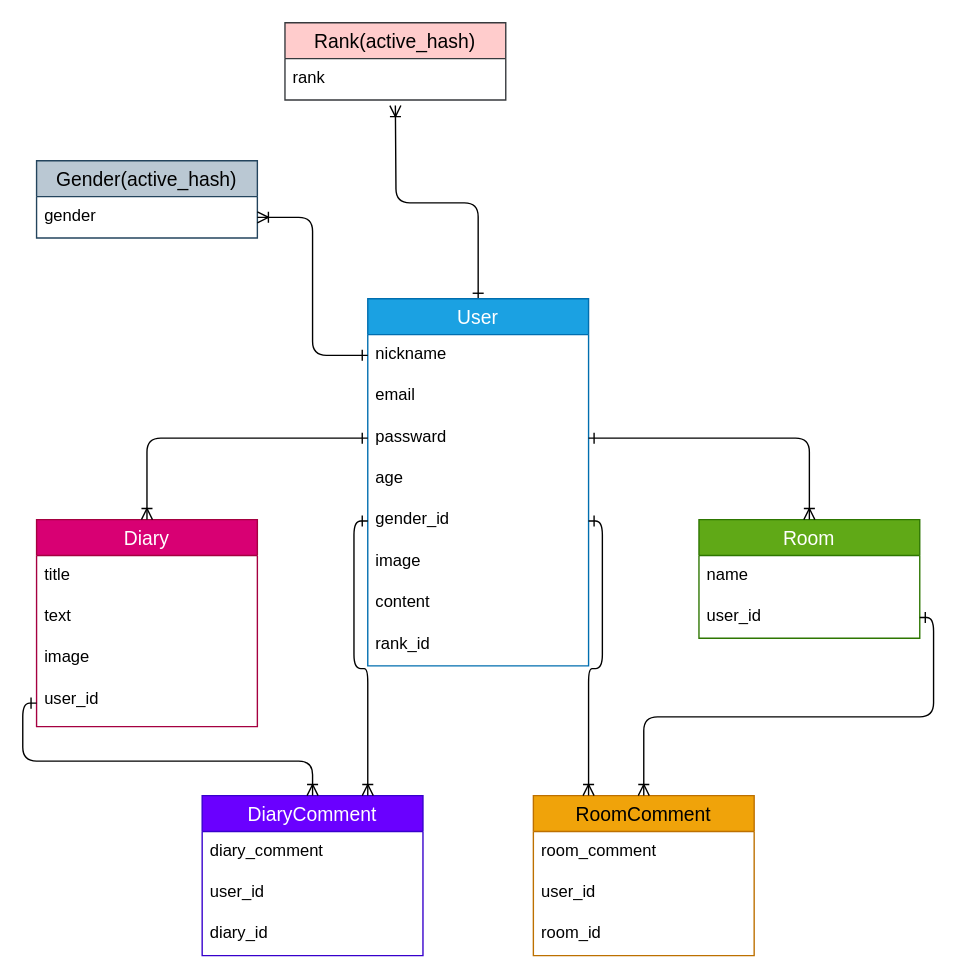
The draw.io diagram ER図.dio in kawamoto06/apex-home, before the edit. Source tidied: cells renumbered, new cells numbered last; positions are measured from the earlier drawing's top-left corner, leaving out a move shared by most shapes. Both pictures are drawn from the tidied source at 138%, with x=0, y=0 at pixel (36, 22).
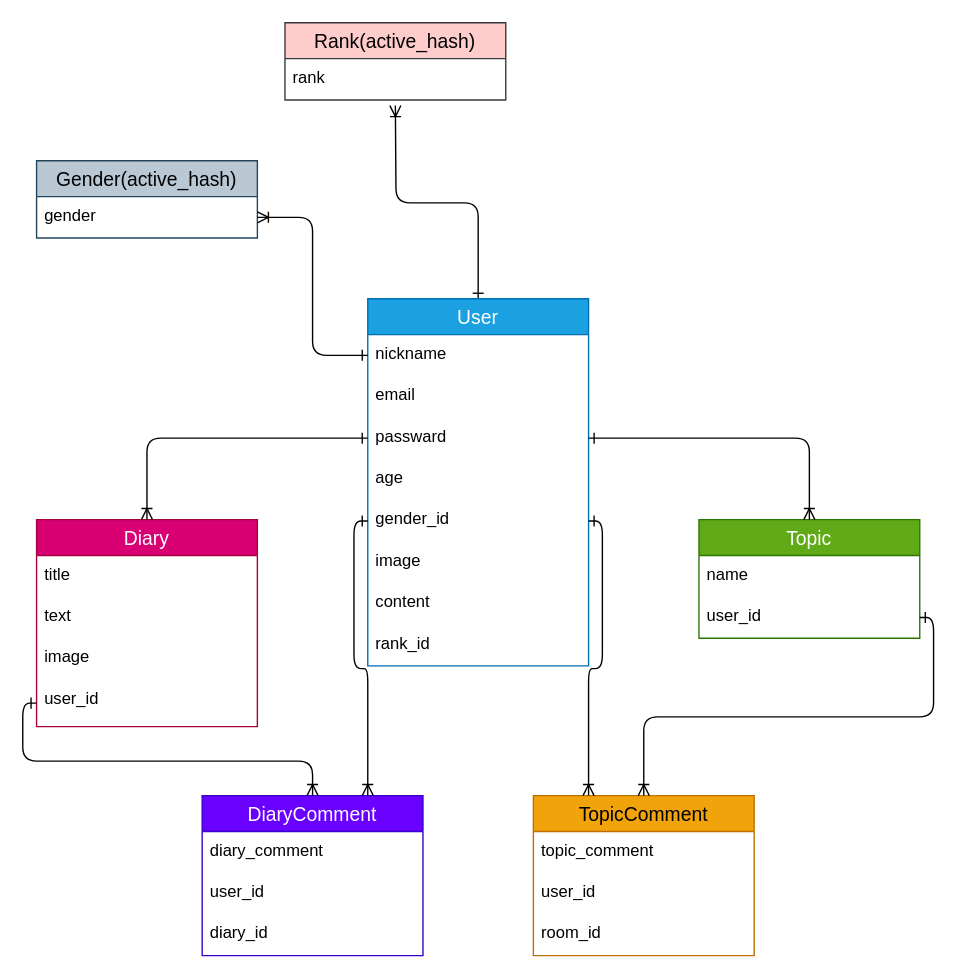
The same diagram, later.

What changed in the source:
```diff
@@
-    <mxCell id="17" value="Room" style="swimlane;fontStyle=0;horizontal=1;startSize=26;align=center;fontSize=14;fillColor=#60a917;fontColor=#ffffff;strokeColor=#2D7600;" parent="1" vertex="1">
+    <mxCell id="17" value="Topic" style="swimlane;fontStyle=0;horizontal=1;startSize=26;align=center;fontSize=14;fillColor=#60a917;fontColor=#ffffff;strokeColor=#2D7600;" parent="1" vertex="1">
       <mxGeometry x="480" y="360" width="160" height="86" as="geometry" />
     </mxCell>
@@
-    <mxCell id="20" value="RoomComment" style="swimlane;fontStyle=0;horizontal=1;startSize=26;align=center;fontSize=14;fillColor=#f0a30a;fontColor=#000000;strokeColor=#BD7000;" parent="1" vertex="1">
+    <mxCell id="20" value="TopicComment" style="swimlane;fontStyle=0;horizontal=1;startSize=26;align=center;fontSize=14;fillColor=#f0a30a;fontColor=#000000;strokeColor=#BD7000;" parent="1" vertex="1">
       <mxGeometry x="360" y="560" width="160" height="116" as="geometry" />
     </mxCell>
-    <mxCell id="21" value="room_comment" style="text;strokeColor=none;fillColor=none;spacingLeft=4;spacingRight=4;overflow=hidden;fontSize=12;" parent="20" vertex="1">
+    <mxCell id="21" value="topic_comment" style="text;strokeColor=none;fillColor=none;spacingLeft=4;spacingRight=4;overflow=hidden;fontSize=12;" parent="20" vertex="1">
       <mxGeometry y="26" width="160" height="30" as="geometry" />
     </mxCell>
```
